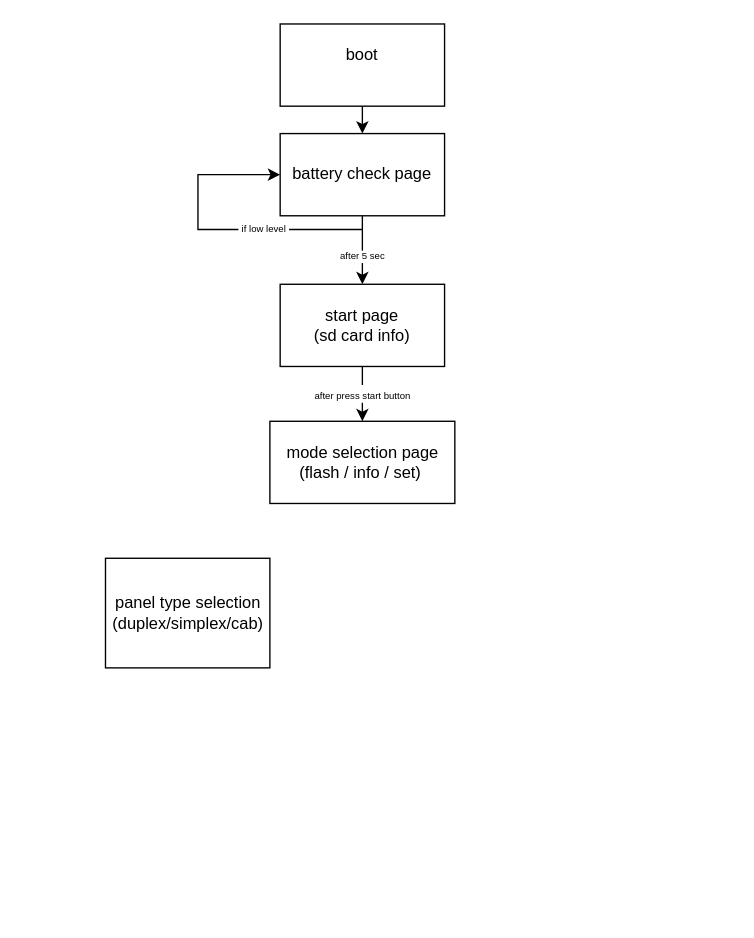
This is service_box/svcboxmenu.drawio from florin332/Panou-lift, a draw.io file, before an edit. Source tidied: cells renumbered, new cells numbered last; positions are measured from the earlier drawing's top-left corner, leaving out a move shared by most shapes. Both pictures are drawn from the tidied source at 137%, with x=0, y=0 at pixel (104, 23).
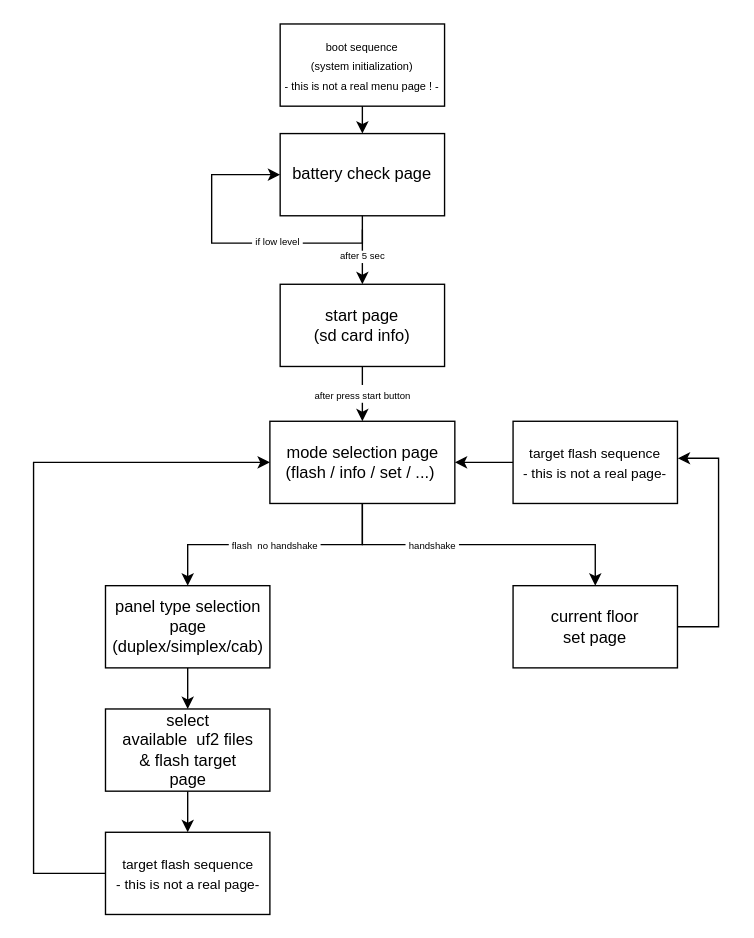
The same diagram, later.

Unchanged cells that the change refers to:
```xml
<mxCell id="3" value="battery check page" style="rounded=0;whiteSpace=wrap;html=1;" parent="1" vertex="1">
  <mxGeometry x="128" y="80" width="120" height="60" as="geometry" />
</mxCell>
```

What changed in the source:
```diff
@@
-    <mxCell id="2" value="boot&lt;div&gt;&lt;br&gt;&lt;/div&gt;" style="rounded=0;whiteSpace=wrap;html=1;" parent="1" vertex="1">
+    <mxCell id="2" value="&lt;div&gt;&lt;font style=&quot;font-size: 8px;&quot;&gt;boot sequence&lt;br&gt;(system initialization)&lt;/font&gt;&lt;/div&gt;&lt;div&gt;&lt;font style=&quot;font-size: 8px;&quot;&gt;- this is not a real menu page ! -&lt;/font&gt;&lt;/div&gt;" style="rounded=0;whiteSpace=wrap;html=1;" parent="1" vertex="1">
       <mxGeometry x="128" width="120" height="60" as="geometry" />
     </mxCell>
@@
     <mxCell id="5" value="&amp;nbsp;if low level&amp;nbsp;" style="endArrow=classic;html=1;rounded=0;exitX=0.5;exitY=1;exitDx=0;exitDy=0;entryX=0;entryY=0.5;entryDx=0;entryDy=0;edgeStyle=orthogonalEdgeStyle;innerLoopWaypoints=1;fontSize=7;" parent="1" edge="1" source="3" target="3">
       <mxGeometry x="-0.29" relative="1" as="geometry">
         <Array as="points">
-          <mxPoint x="188" y="150" />
-          <mxPoint x="68" y="150" />
-          <mxPoint x="68" y="110" />
+          <mxPoint x="188" y="160" />
+          <mxPoint x="78" y="160" />
+          <mxPoint x="78" y="110" />
         </Array>
       </mxGeometry>
     </mxCell>
@@
+    <mxCell id="11" style="edgeStyle=orthogonalEdgeStyle;rounded=0;jettySize=auto;html=1;exitX=0.5;exitY=1;exitDx=0;exitDy=0;" parent="1" edge="1" source="8" target="15">
+      <mxGeometry relative="1" as="geometry" />
+    </mxCell>
-    <mxCell id="8" value="panel type selection&lt;div&gt;(duplex/simplex/cab)&lt;/div&gt;" style="rounded=0;whiteSpace=wrap;html=1;" parent="1" vertex="1">
-      <mxGeometry x="0.5" y="390" width="120" height="80" as="geometry" />
+    <mxCell id="8" value="panel type selection&lt;div&gt;page&lt;br&gt;&lt;div&gt;(duplex/simplex/cab)&lt;/div&gt;&lt;/div&gt;" style="rounded=0;whiteSpace=wrap;html=1;" parent="1" vertex="1">
+      <mxGeometry x="0.5" y="410" width="120" height="60" as="geometry" />
     </mxCell>
+    <mxCell id="12" value="&lt;font style=&quot;font-size: 7px;&quot;&gt;&amp;nbsp;flash&amp;nbsp; no handshake&amp;nbsp;&lt;/font&gt;" style="edgeStyle=orthogonalEdgeStyle;rounded=0;jettySize=auto;html=1;entryX=0.5;entryY=0;entryDx=0;entryDy=0;" parent="1" edge="1" source="9" target="8">
+      <mxGeometry relative="1" as="geometry" />
+    </mxCell>
+    <mxCell id="13" value="&lt;font style=&quot;font-size: 7px;&quot;&gt;&amp;nbsp;handshake&amp;nbsp;&lt;/font&gt;" style="edgeStyle=orthogonalEdgeStyle;rounded=0;jettySize=auto;html=1;exitX=0.5;exitY=1;exitDx=0;exitDy=0;entryX=0.5;entryY=0;entryDx=0;entryDy=0;" parent="1" edge="1" source="9" target="19">
+      <mxGeometry x="-0.3" relative="1" as="geometry">
+        <Array as="points">
+          <mxPoint x="188" y="380" />
+          <mxPoint x="358" y="380" />
+        </Array>
+      </mxGeometry>
+    </mxCell>
-    <mxCell id="9" value="mode selection page&lt;br&gt;(flash / info / set)&amp;nbsp;" style="rounded=0;whiteSpace=wrap;html=1;" parent="1" vertex="1">
+    <mxCell id="9" value="mode selection page&lt;br&gt;(flash / info / set / ...)&amp;nbsp;" style="rounded=0;whiteSpace=wrap;html=1;" parent="1" vertex="1">
       <mxGeometry x="120.5" y="290" width="135" height="60" as="geometry" />
     </mxCell>
@@
+    <mxCell id="14" style="edgeStyle=orthogonalEdgeStyle;rounded=0;jettySize=auto;html=1;entryX=0.5;entryY=0;entryDx=0;entryDy=0;" parent="1" edge="1" source="15" target="17">
+      <mxGeometry relative="1" as="geometry" />
+    </mxCell>
+    <mxCell id="15" value="select&lt;div&gt;available&amp;nbsp; uf2 files&lt;/div&gt;&lt;div&gt;&amp;amp; flash target&lt;/div&gt;&lt;div&gt;page&lt;/div&gt;" style="rounded=0;whiteSpace=wrap;html=1;" parent="1" vertex="1">
+      <mxGeometry x="0.5" y="500" width="120" height="60" as="geometry" />
+    </mxCell>
+    <mxCell id="16" style="edgeStyle=orthogonalEdgeStyle;rounded=0;jettySize=auto;html=1;entryX=0;entryY=0.5;entryDx=0;entryDy=0;" parent="1" edge="1" source="17" target="9">
+      <mxGeometry relative="1" as="geometry">
+        <Array as="points">
+          <mxPoint x="-52" y="620" />
+          <mxPoint x="-52" y="320" />
+        </Array>
+      </mxGeometry>
+    </mxCell>
+    <mxCell id="17" value="&lt;font style=&quot;font-size: 10px;&quot;&gt;target flash sequence&lt;/font&gt;&lt;div&gt;&lt;font style=&quot;font-size: 10px;&quot;&gt;- this is not a real page-&lt;/font&gt;&lt;/div&gt;" style="rounded=0;whiteSpace=wrap;html=1;" parent="1" vertex="1">
+      <mxGeometry x="0.5" y="590" width="120" height="60" as="geometry" />
+    </mxCell>
+    <mxCell id="18" style="edgeStyle=orthogonalEdgeStyle;rounded=0;jettySize=auto;html=1;entryX=1.002;entryY=0.45;entryDx=0;entryDy=0;entryPerimeter=0;" parent="1" edge="1" source="19" target="21">
+      <mxGeometry relative="1" as="geometry">
+        <Array as="points">
+          <mxPoint x="448" y="440" />
+          <mxPoint x="448" y="317" />
+        </Array>
+      </mxGeometry>
+    </mxCell>
+    <mxCell id="19" value="current floor&lt;div&gt;set page&lt;/div&gt;" style="rounded=0;whiteSpace=wrap;html=1;" parent="1" vertex="1">
+      <mxGeometry x="298" y="410" width="120" height="60" as="geometry" />
+    </mxCell>
+    <mxCell id="20" style="edgeStyle=orthogonalEdgeStyle;rounded=0;jettySize=auto;html=1;" parent="1" edge="1" source="21" target="9">
+      <mxGeometry relative="1" as="geometry" />
+    </mxCell>
+    <mxCell id="21" value="&lt;font style=&quot;font-size: 10px;&quot;&gt;target flash sequence&lt;/font&gt;&lt;div&gt;&lt;font style=&quot;font-size: 10px;&quot;&gt;- this is not a real page-&lt;/font&gt;&lt;/div&gt;" style="rounded=0;whiteSpace=wrap;html=1;" parent="1" vertex="1">
+      <mxGeometry x="298" y="290" width="120" height="60" as="geometry" />
+    </mxCell>
```
